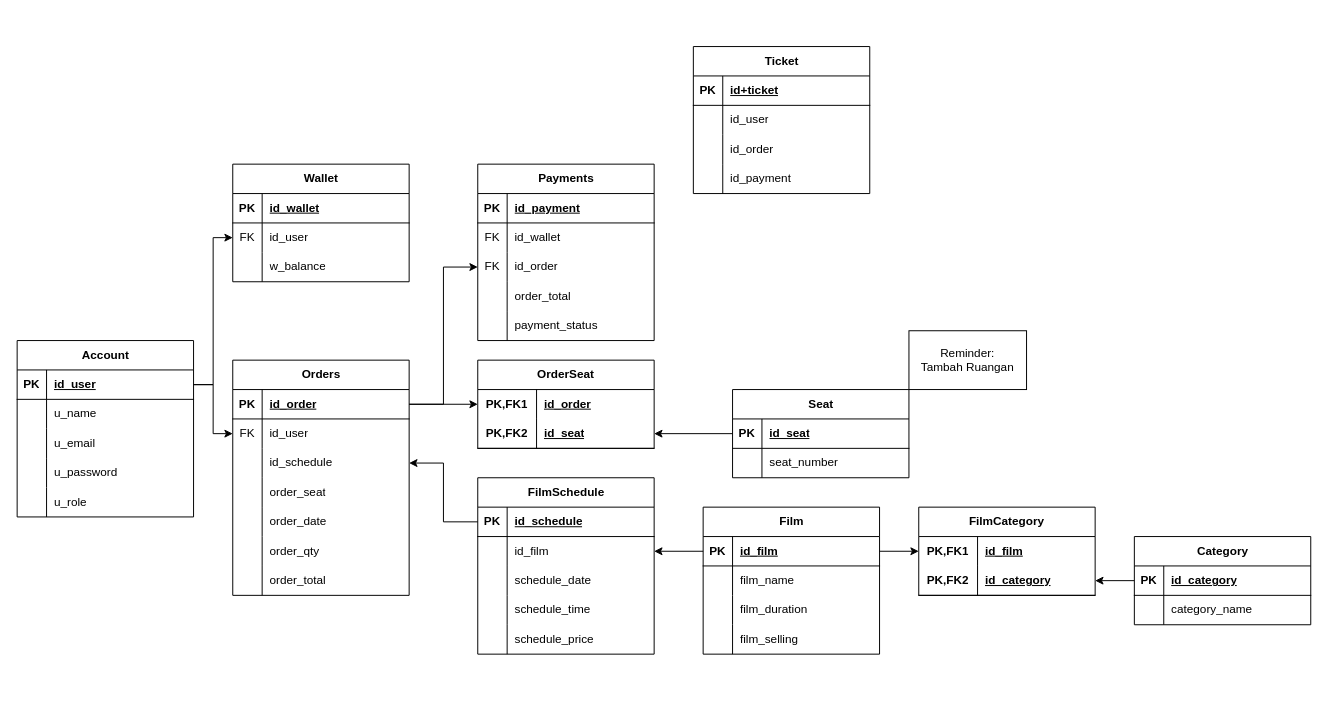
aprp19/MiniProject-BioskopFlask keeps this draw.io diagram as ERD/ERD.drawio. Above is the earlier version. Source tidied: cells renumbered, new cells numbered last; positions are measured from the earlier drawing's top-left corner, leaving out a move shared by most shapes. Both pictures are drawn from the tidied source at 98%, with x=0, y=0 at pixel (17, 46).
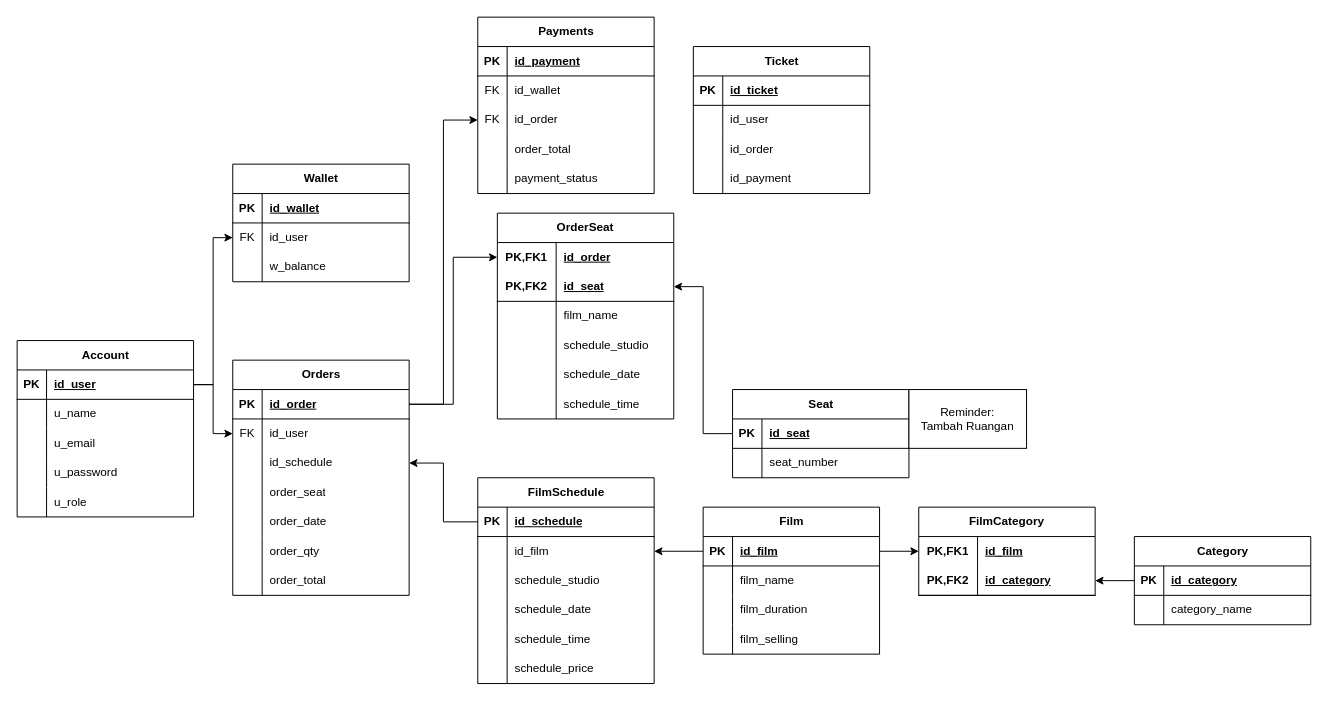
The same page after the edit.

Commit message (it also covers changes not shown here):
Add GET for Search by title and date, GET all schedule, POST schedule

Unchanged cells that the change refers to:
```xml
<mxCell id="45" style="shape=tableRow;horizontal=0;startSize=0;swimlaneHead=0;swimlaneBody=0;fillColor=none;top=0;left=0;right=0;bottom=0;" parent="38" vertex="1">
  <mxGeometry y="90" width="180" height="30" as="geometry" />
</mxCell>
<mxCell id="134" style="shape=tableRow;horizontal=0;startSize=0;swimlaneHead=0;swimlaneBody=0;fillColor=none;top=0;left=0;right=0;bottom=1;" parent="133" vertex="1">
  <mxGeometry y="30" width="180" height="30" as="geometry" />
</mxCell>
```

The edit, as a diff of the source:
```diff
@@
     <mxCell id="38" value="FilmSchedule" style="shape=table;startSize=30;childLayout=tableLayout;rowLines=0;fontStyle=1;align=center;html=1;" parent="1" vertex="1">
-      <mxGeometry x="470" y="440" width="180" height="180" as="geometry" />
+      <mxGeometry x="470" y="440" width="180" height="210" as="geometry" />
     </mxCell>
@@
-    <mxCell id="47" value="schedule_date" style="shape=partialRectangle;fillColor=none;top=0;left=0;bottom=0;right=0;align=left;spacingLeft=6;overflow=hidden;whiteSpace=wrap;html=1;" parent="45" vertex="1">
+    <mxCell id="47" value="schedule_studio" style="shape=partialRectangle;fillColor=none;top=0;left=0;bottom=0;right=0;align=left;spacingLeft=6;overflow=hidden;whiteSpace=wrap;html=1;" parent="45" vertex="1">
       <mxGeometry x="30" width="150" height="30" as="geometry" />
     </mxCell>
+    <mxCell id="146" style="shape=tableRow;horizontal=0;startSize=0;swimlaneHead=0;swimlaneBody=0;fillColor=none;top=0;left=0;right=0;bottom=0;" parent="38" vertex="1">
+      <mxGeometry y="120" width="180" height="30" as="geometry" />
+    </mxCell>
+    <mxCell id="147" style="shape=partialRectangle;fillColor=none;top=0;left=0;bottom=0;right=0;overflow=hidden;whiteSpace=wrap;html=1;" parent="146" vertex="1">
+      <mxGeometry width="30" height="30" as="geometry" />
+    </mxCell>
+    <mxCell id="148" value="schedule_date" style="shape=partialRectangle;fillColor=none;top=0;left=0;bottom=0;right=0;align=left;spacingLeft=6;overflow=hidden;whiteSpace=wrap;html=1;" parent="146" vertex="1">
+      <mxGeometry x="30" width="150" height="30" as="geometry" />
+    </mxCell>
     <mxCell id="48" style="shape=tableRow;horizontal=0;startSize=0;swimlaneHead=0;swimlaneBody=0;fillColor=none;top=0;left=0;right=0;bottom=0;" parent="38" vertex="1">
-      <mxGeometry y="120" width="180" height="30" as="geometry" />
+      <mxGeometry y="150" width="180" height="30" as="geometry" />
     </mxCell>
@@
     <mxCell id="51" style="shape=tableRow;horizontal=0;startSize=0;swimlaneHead=0;swimlaneBody=0;fillColor=none;top=0;left=0;right=0;bottom=0;" parent="38" vertex="1">
-      <mxGeometry y="150" width="180" height="30" as="geometry" />
+      <mxGeometry y="180" width="180" height="30" as="geometry" />
     </mxCell>
@@
-    <mxCell id="100" value="OrderSeat" style="shape=table;startSize=30;childLayout=tableLayout;rowLines=0;fontStyle=1;align=center;html=1;whiteSpace=wrap;" parent="1" vertex="1">
-      <mxGeometry x="470" y="320" width="180" height="90" as="geometry" />
-    </mxCell>
-    <mxCell id="101" style="shape=tableRow;horizontal=0;startSize=0;swimlaneHead=0;swimlaneBody=0;fillColor=none;points=[[0,0.5],[1,0.5]];portConstraint=eastwest;top=0;left=0;right=0;bottom=0;html=1;" parent="100" vertex="1">
-      <mxGeometry y="30" width="180" height="30" as="geometry" />
-    </mxCell>
-    <mxCell id="102" value="PK,FK1" style="shape=partialRectangle;fillColor=none;top=0;left=0;bottom=0;right=0;fontStyle=1;overflow=hidden;html=1;whiteSpace=wrap;" parent="101" vertex="1">
-      <mxGeometry width="60" height="30" as="geometry" />
-    </mxCell>
-    <mxCell id="103" value="id_order" style="shape=partialRectangle;fillColor=none;top=0;left=0;bottom=0;right=0;align=left;spacingLeft=6;fontStyle=5;overflow=hidden;html=1;whiteSpace=wrap;" parent="101" vertex="1">
-      <mxGeometry x="60" width="120" height="30" as="geometry" />
-    </mxCell>
-    <mxCell id="104" style="shape=tableRow;horizontal=0;startSize=0;swimlaneHead=0;swimlaneBody=0;fillColor=none;points=[[0,0.5],[1,0.5]];portConstraint=eastwest;top=0;left=0;right=0;bottom=1;html=1;" parent="100" vertex="1">
-      <mxGeometry y="60" width="180" height="30" as="geometry" />
-    </mxCell>
-    <mxCell id="105" value="PK,FK2" style="shape=partialRectangle;fillColor=none;top=0;left=0;bottom=0;right=0;fontStyle=1;overflow=hidden;html=1;whiteSpace=wrap;" parent="104" vertex="1">
-      <mxGeometry width="60" height="30" as="geometry" />
-    </mxCell>
-    <mxCell id="106" value="id_seat" style="shape=partialRectangle;fillColor=none;top=0;left=0;bottom=0;right=0;align=left;spacingLeft=6;fontStyle=5;overflow=hidden;html=1;whiteSpace=wrap;" parent="104" vertex="1">
-      <mxGeometry x="60" width="120" height="30" as="geometry" />
-    </mxCell>
@@
     <mxCell id="115" value="Payments" style="shape=table;startSize=30;childLayout=tableLayout;rowLines=0;fontStyle=1;align=center;html=1;" parent="1" vertex="1">
-      <mxGeometry x="470" y="120" width="180" height="180" as="geometry" />
+      <mxGeometry x="470" y="-30" width="180" height="180" as="geometry" />
     </mxCell>
@@
     <mxCell id="132" value="Reminder:&lt;br&gt;Tambah Ruangan" style="rounded=0;whiteSpace=wrap;html=1;" parent="1" vertex="1">
-      <mxGeometry x="910" y="290" width="120" height="60" as="geometry" />
+      <mxGeometry x="910" y="350" width="120" height="60" as="geometry" />
     </mxCell>
@@
-    <mxCell id="136" value="id+ticket" style="shape=partialRectangle;fillColor=none;top=0;left=0;bottom=0;right=0;align=left;spacingLeft=6;fontStyle=5;overflow=hidden;whiteSpace=wrap;html=1;" parent="134" vertex="1">
+    <mxCell id="136" value="id_ticket" style="shape=partialRectangle;fillColor=none;top=0;left=0;bottom=0;right=0;align=left;spacingLeft=6;fontStyle=5;overflow=hidden;whiteSpace=wrap;html=1;" parent="134" vertex="1">
       <mxGeometry x="30" width="150" height="30" as="geometry" />
     </mxCell>
@@
+    <mxCell id="100" value="OrderSeat" style="shape=table;startSize=30;childLayout=tableLayout;rowLines=0;fontStyle=1;align=center;html=1;whiteSpace=wrap;" parent="1" vertex="1">
+      <mxGeometry x="490" y="170" width="180" height="210" as="geometry" />
+    </mxCell>
+    <mxCell id="101" style="shape=tableRow;horizontal=0;startSize=0;swimlaneHead=0;swimlaneBody=0;fillColor=none;points=[[0,0.5],[1,0.5]];portConstraint=eastwest;top=0;left=0;right=0;bottom=0;html=1;" parent="100" vertex="1">
+      <mxGeometry y="30" width="180" height="30" as="geometry" />
+    </mxCell>
+    <mxCell id="102" value="PK,FK1" style="shape=partialRectangle;fillColor=none;top=0;left=0;bottom=0;right=0;fontStyle=1;overflow=hidden;html=1;whiteSpace=wrap;" parent="101" vertex="1">
+      <mxGeometry width="60" height="30" as="geometry" />
+    </mxCell>
+    <mxCell id="103" value="id_order" style="shape=partialRectangle;fillColor=none;top=0;left=0;bottom=0;right=0;align=left;spacingLeft=6;fontStyle=5;overflow=hidden;html=1;whiteSpace=wrap;" parent="101" vertex="1">
+      <mxGeometry x="60" width="120" height="30" as="geometry" />
+    </mxCell>
+    <mxCell id="104" style="shape=tableRow;horizontal=0;startSize=0;swimlaneHead=0;swimlaneBody=0;fillColor=none;points=[[0,0.5],[1,0.5]];portConstraint=eastwest;top=0;left=0;right=0;bottom=1;html=1;" parent="100" vertex="1">
+      <mxGeometry y="60" width="180" height="30" as="geometry" />
+    </mxCell>
+    <mxCell id="105" value="PK,FK2" style="shape=partialRectangle;fillColor=none;top=0;left=0;bottom=0;right=0;fontStyle=1;overflow=hidden;html=1;whiteSpace=wrap;" parent="104" vertex="1">
+      <mxGeometry width="60" height="30" as="geometry" />
+    </mxCell>
+    <mxCell id="106" value="id_seat" style="shape=partialRectangle;fillColor=none;top=0;left=0;bottom=0;right=0;align=left;spacingLeft=6;fontStyle=5;overflow=hidden;html=1;whiteSpace=wrap;" parent="104" vertex="1">
+      <mxGeometry x="60" width="120" height="30" as="geometry" />
+    </mxCell>
+    <mxCell id="149" style="shape=tableRow;horizontal=0;startSize=0;swimlaneHead=0;swimlaneBody=0;fillColor=none;top=0;left=0;right=0;bottom=0;html=1;" parent="100" vertex="1">
+      <mxGeometry y="90" width="180" height="30" as="geometry" />
+    </mxCell>
+    <mxCell id="150" style="shape=partialRectangle;fillColor=none;top=0;left=0;bottom=0;right=0;overflow=hidden;html=1;whiteSpace=wrap;" parent="149" vertex="1">
+      <mxGeometry width="60" height="30" as="geometry" />
+    </mxCell>
+    <mxCell id="151" value="film_name" style="shape=partialRectangle;fillColor=none;top=0;left=0;bottom=0;right=0;align=left;spacingLeft=6;overflow=hidden;html=1;whiteSpace=wrap;" parent="149" vertex="1">
+      <mxGeometry x="60" width="120" height="30" as="geometry" />
+    </mxCell>
+    <mxCell id="152" style="shape=tableRow;horizontal=0;startSize=0;swimlaneHead=0;swimlaneBody=0;fillColor=none;top=0;left=0;right=0;bottom=0;html=1;" parent="100" vertex="1">
+      <mxGeometry y="120" width="180" height="30" as="geometry" />
+    </mxCell>
+    <mxCell id="153" style="shape=partialRectangle;fillColor=none;top=0;left=0;bottom=0;right=0;overflow=hidden;html=1;whiteSpace=wrap;" parent="152" vertex="1">
+      <mxGeometry width="60" height="30" as="geometry" />
+    </mxCell>
+    <mxCell id="154" value="schedule_studio" style="shape=partialRectangle;fillColor=none;top=0;left=0;bottom=0;right=0;align=left;spacingLeft=6;overflow=hidden;html=1;whiteSpace=wrap;" parent="152" vertex="1">
+      <mxGeometry x="60" width="120" height="30" as="geometry" />
+    </mxCell>
+    <mxCell id="155" style="shape=tableRow;horizontal=0;startSize=0;swimlaneHead=0;swimlaneBody=0;fillColor=none;top=0;left=0;right=0;bottom=0;html=1;" parent="100" vertex="1">
+      <mxGeometry y="150" width="180" height="30" as="geometry" />
+    </mxCell>
+    <mxCell id="156" style="shape=partialRectangle;fillColor=none;top=0;left=0;bottom=0;right=0;overflow=hidden;html=1;whiteSpace=wrap;" parent="155" vertex="1">
+      <mxGeometry width="60" height="30" as="geometry" />
+    </mxCell>
+    <mxCell id="157" value="schedule_date" style="shape=partialRectangle;fillColor=none;top=0;left=0;bottom=0;right=0;align=left;spacingLeft=6;overflow=hidden;html=1;whiteSpace=wrap;" parent="155" vertex="1">
+      <mxGeometry x="60" width="120" height="30" as="geometry" />
+    </mxCell>
+    <mxCell id="158" style="shape=tableRow;horizontal=0;startSize=0;swimlaneHead=0;swimlaneBody=0;fillColor=none;top=0;left=0;right=0;bottom=0;html=1;" parent="100" vertex="1">
+      <mxGeometry y="180" width="180" height="30" as="geometry" />
+    </mxCell>
+    <mxCell id="159" style="shape=partialRectangle;fillColor=none;top=0;left=0;bottom=0;right=0;overflow=hidden;html=1;whiteSpace=wrap;" parent="158" vertex="1">
+      <mxGeometry width="60" height="30" as="geometry" />
+    </mxCell>
+    <mxCell id="160" value="schedule_time" style="shape=partialRectangle;fillColor=none;top=0;left=0;bottom=0;right=0;align=left;spacingLeft=6;overflow=hidden;html=1;whiteSpace=wrap;" parent="158" vertex="1">
+      <mxGeometry x="60" width="120" height="30" as="geometry" />
+    </mxCell>
```
